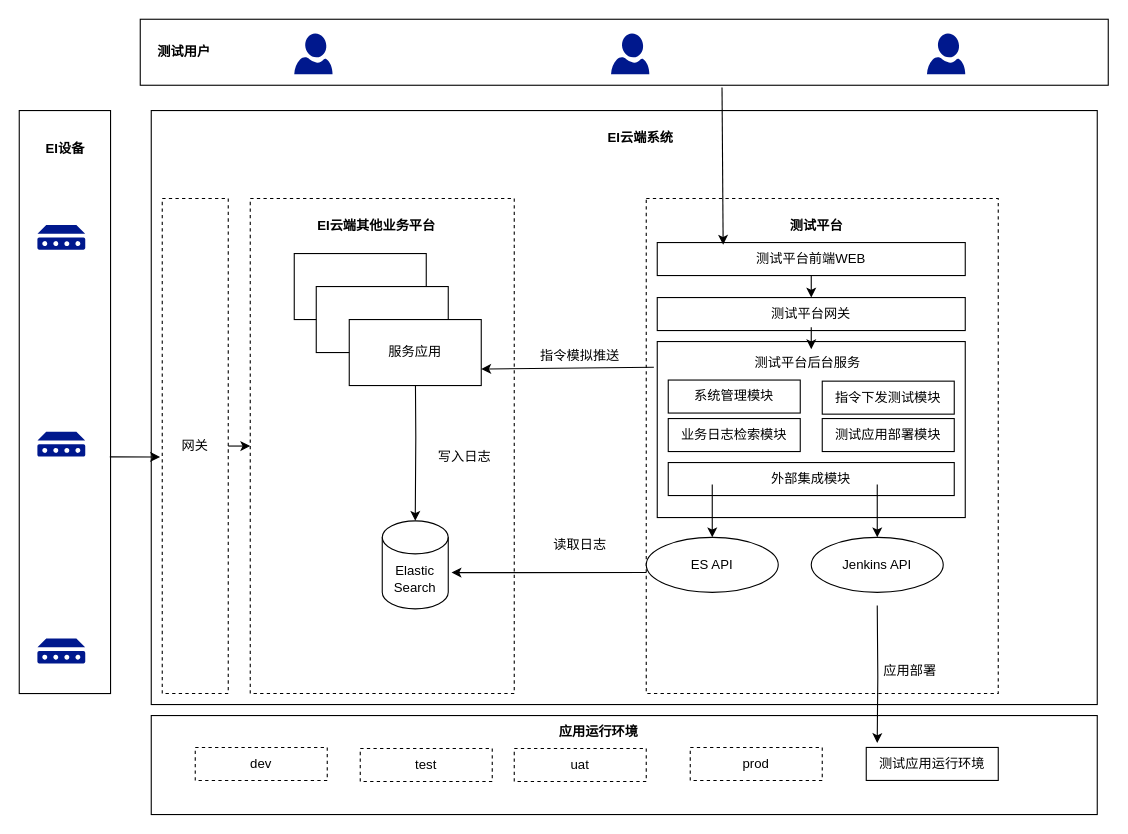
Earlier version of the draw.io diagram ArchitectureDiagram/EI云端测试平台架构.drawio (liuyunlong1229/aaa). Source tidied: cells renumbered, new cells numbered last; positions are measured from the earlier drawing's top-left corner, leaving out a move shared by most shapes. Both pictures are drawn from the tidied source at 110%, with x=0, y=0 at pixel (19, 19).
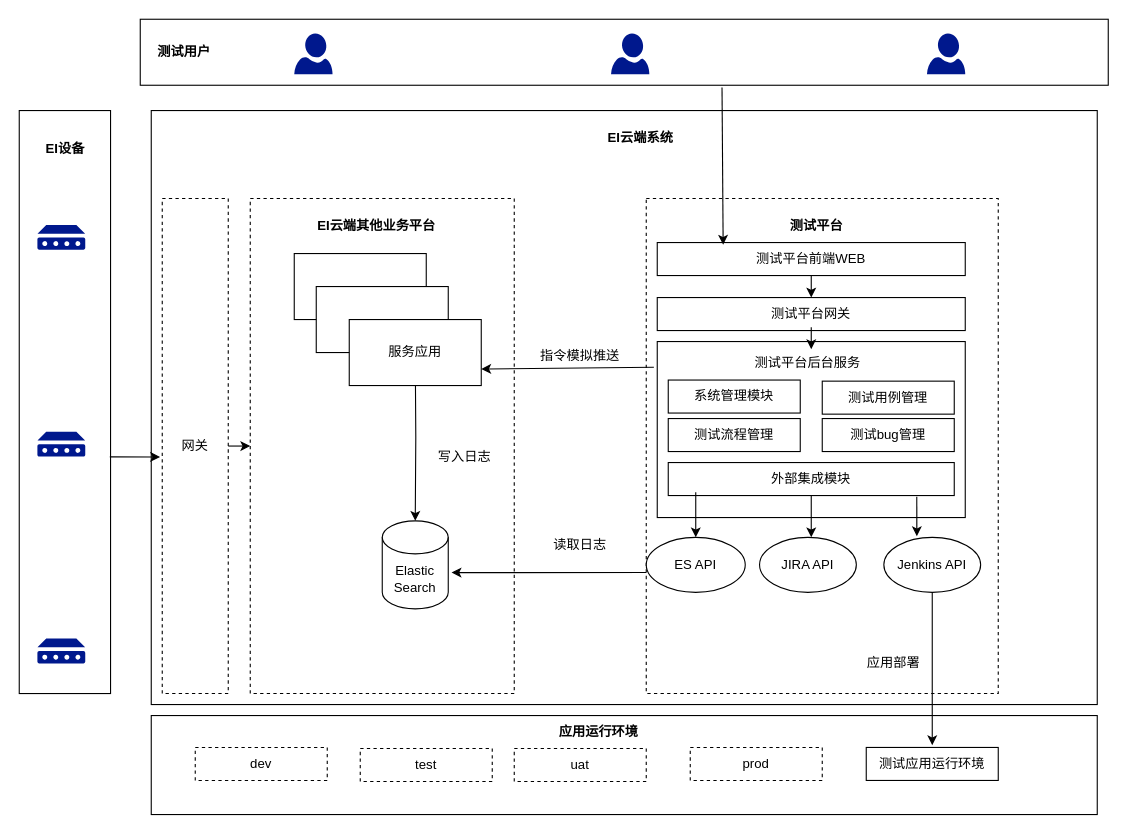
The same page after the edit.

Commit message:
更新EI云端测试平台架构.drawio

The change refers to these unchanged cells:
```xml
<mxCell id="29" value="测试应用运行环境" style="rounded=0;whiteSpace=wrap;html=1;" parent="1" vertex="1">
  <mxGeometry x="770" y="662" width="120" height="30" as="geometry" />
</mxCell>
<mxCell id="47" value="外部集成模块" style="rounded=0;whiteSpace=wrap;html=1;" parent="1" vertex="1">
  <mxGeometry x="590" y="403" width="260" height="30" as="geometry" />
</mxCell>
```

Change to the diagram source:
```diff
@@
-    <mxCell id="7" style="edgeStyle=orthogonalEdgeStyle;rounded=0;jettySize=auto;html=1;entryX=0.083;entryY=-0.133;entryDx=0;entryDy=0;exitX=0.5;exitY=1;exitDx=0;exitDy=0;entryPerimeter=0;" parent="1" edge="1" target="29">
-      <mxGeometry relative="1" as="geometry">
-        <mxPoint x="780" y="533" as="sourcePoint" />
-      </mxGeometry>
-    </mxCell>
@@
     <mxCell id="32" value="应用部署" style="text;html=1;strokeColor=none;fillColor=none;align=center;verticalAlign=middle;whiteSpace=wrap;rounded=0;" parent="1" vertex="1">
-      <mxGeometry x="780" y="578" width="60" height="30" as="geometry" />
+      <mxGeometry x="765.2" y="570" width="60" height="30" as="geometry" />
     </mxCell>
@@
     <mxCell id="34" value="ES API" style="ellipse;whiteSpace=wrap;html=1;fillColor=#FFFFFF;" parent="1" vertex="1">
-      <mxGeometry x="570" y="471" width="120" height="50" as="geometry" />
+      <mxGeometry x="570" y="471" width="90" height="50" as="geometry" />
     </mxCell>
-    <mxCell id="35" value="Jenkins API" style="ellipse;whiteSpace=wrap;html=1;fillColor=#FFFFFF;" parent="1" vertex="1">
-      <mxGeometry x="720" y="471" width="120" height="50" as="geometry" />
-    </mxCell>
@@
-    <mxCell id="44" value="指令下发测试模块" style="rounded=0;whiteSpace=wrap;html=1;" parent="1" vertex="1">
+    <mxCell id="44" value="测试用例管理" style="rounded=0;whiteSpace=wrap;html=1;" parent="1" vertex="1">
       <mxGeometry x="730" y="329" width="120" height="30" as="geometry" />
     </mxCell>
-    <mxCell id="45" value="业务日志检索模块" style="rounded=0;whiteSpace=wrap;html=1;" parent="1" vertex="1">
+    <mxCell id="45" value="测试流程管理" style="rounded=0;whiteSpace=wrap;html=1;" parent="1" vertex="1">
       <mxGeometry x="590" y="363" width="120" height="30" as="geometry" />
     </mxCell>
-    <mxCell id="46" value="测试应用部署模块" style="rounded=0;whiteSpace=wrap;html=1;" parent="1" vertex="1">
+    <mxCell id="46" value="测试bug管理" style="rounded=0;whiteSpace=wrap;html=1;" parent="1" vertex="1">
       <mxGeometry x="730" y="363" width="120" height="30" as="geometry" />
     </mxCell>
@@
     <mxCell id="48" style="endArrow=classic;html=1;rounded=0;" parent="1" edge="1" target="34">
       <mxGeometry relative="1" as="geometry">
-        <mxPoint x="630" y="423" as="sourcePoint" />
+        <mxPoint x="615" y="430" as="sourcePoint" />
       </mxGeometry>
     </mxCell>
-    <mxCell id="49" style="endArrow=classic;html=1;rounded=0;entryX=0.5;entryY=0;entryDx=0;entryDy=0;" parent="1" edge="1" target="35">
+    <mxCell id="49" style="endArrow=classic;html=1;rounded=0;entryX=0.5;entryY=0;entryDx=0;entryDy=0;exitX=0.5;exitY=1;exitDx=0;exitDy=0;" parent="1" edge="1" source="47">
       <mxGeometry relative="1" as="geometry">
-        <mxPoint x="780" y="423" as="sourcePoint" />
+        <mxPoint x="720" y="471" as="targetPoint" />
       </mxGeometry>
     </mxCell>
@@
+    <mxCell id="57" value="JIRA API" style="ellipse;whiteSpace=wrap;html=1;fillColor=#FFFFFF;" parent="1" vertex="1">
+      <mxGeometry x="673" y="471" width="88" height="50" as="geometry" />
+    </mxCell>
+    <mxCell id="58" style="endArrow=classic;html=1;rounded=0;exitX=0.869;exitY=1.033;exitDx=0;exitDy=0;exitPerimeter=0;" parent="1" edge="1" source="47">
+      <mxGeometry relative="1" as="geometry">
+        <mxPoint x="816" y="470" as="targetPoint" />
+      </mxGeometry>
+    </mxCell>
+    <mxCell id="59" style="edgeStyle=orthogonalEdgeStyle;rounded=0;jettySize=auto;html=1;exitX=0.5;exitY=1;exitDx=0;exitDy=0;" parent="1" edge="1" source="35">
+      <mxGeometry relative="1" as="geometry">
+        <mxPoint x="830" y="660" as="targetPoint" />
+        <Array as="points">
+          <mxPoint x="830" y="660" />
+        </Array>
+      </mxGeometry>
+    </mxCell>
+    <mxCell id="35" value="Jenkins API" style="ellipse;whiteSpace=wrap;html=1;fillColor=#FFFFFF;" parent="1" vertex="1">
+      <mxGeometry x="786" y="471" width="88" height="50" as="geometry" />
+    </mxCell>
```
